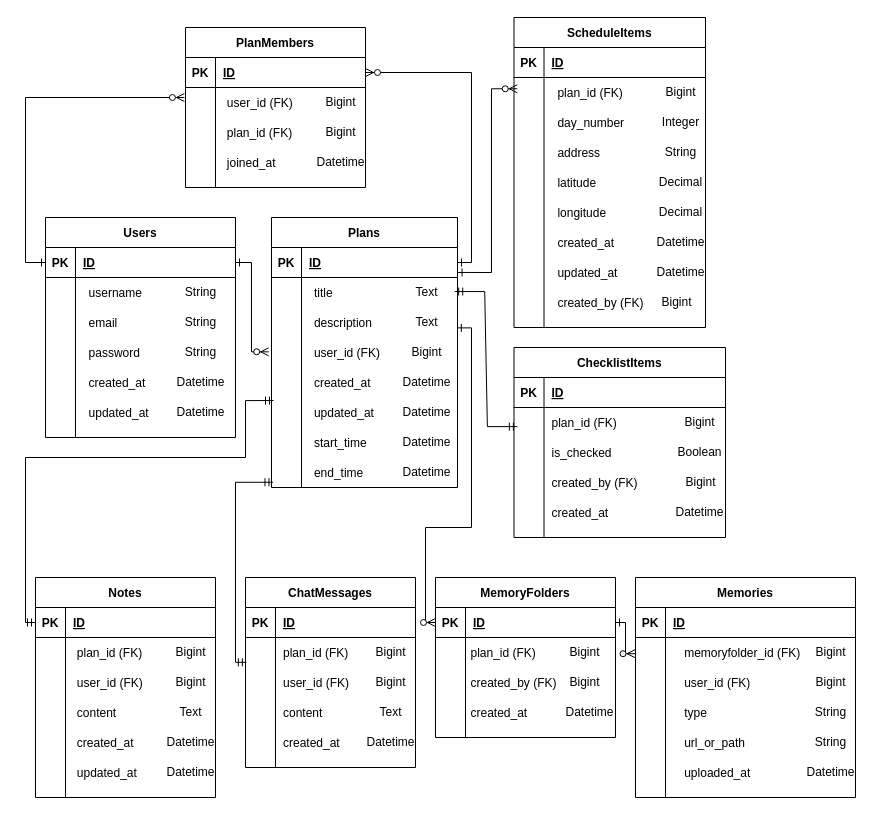
honsu1004/travel-editor keeps this draw.io diagram as add-er-diagram.drawio. Above is the earlier version. Source tidied: cells renumbered, new cells numbered last; positions are measured from the earlier drawing's top-left corner, leaving out a move shared by most shapes. Both pictures are drawn from the tidied source at 100%, with x=0, y=0 at pixel (25, 17).
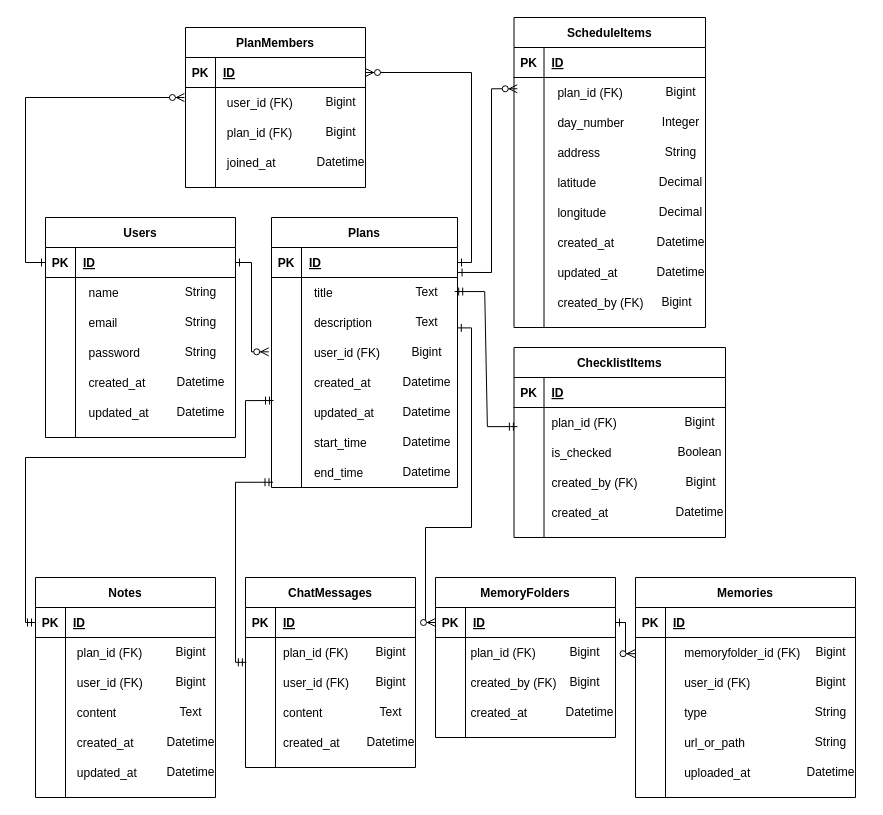
After the change.

Commit message (it also covers changes not shown here):
add-er-diagram.drawio を更新します

Unchanged cells that the change refers to:
```xml
<mxCell id="2" style="group;" parent="1" vertex="1">
  <mxGeometry x="20" y="200" width="190" height="220" as="geometry" />
</mxCell>
```

The edit, as a diff of the source:
```diff
@@
-    <mxCell id="10" value="username" style="shape=partialRectangle;overflow=hidden;fillColor=none;top=0;left=0;bottom=0;right=0;align=left;spacingLeft=6;" parent="2" vertex="1">
+    <mxCell id="10" value="name" style="shape=partialRectangle;overflow=hidden;fillColor=none;top=0;left=0;bottom=0;right=0;align=left;spacingLeft=6;" parent="2" vertex="1">
       <mxGeometry x="35.6" y="60" width="154.4" height="30" as="geometry" />
     </mxCell>
```
